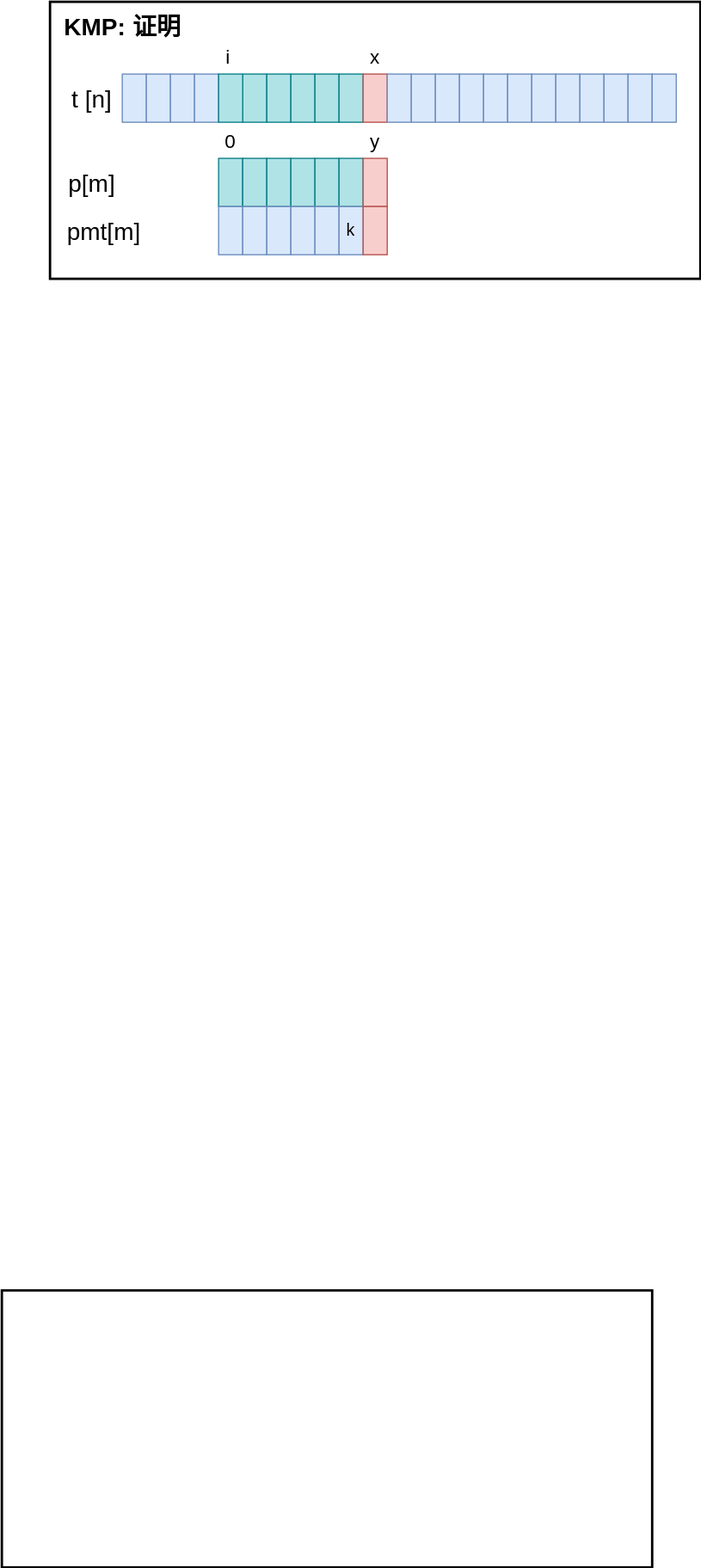
The draw.io diagram Algorithms/img/KMP_3.svg in TBD2021/Salt-and-Computer-Science, before a commit. Source tidied: cells renumbered, new cells last; positions are measured from the earlier drawing's top-left corner, leaving out a move shared by most shapes.
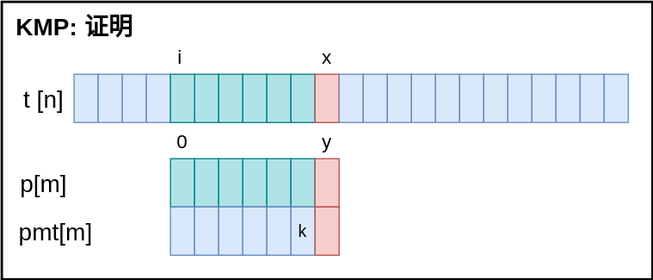
Above is the later version.

The edit, as a diff of the source:
```diff
@@ -5,9 +5,6 @@
     <mxCell id="2" style="rounded=0;whiteSpace=wrap;html=1;strokeWidth=2;" parent="1" vertex="1">
       <mxGeometry x="40" width="540" height="230" as="geometry" />
     </mxCell>
-    <mxCell id="3" style="rounded=0;whiteSpace=wrap;html=1;strokeWidth=2;" parent="1" vertex="1">
-      <mxGeometry y="1070" width="540" height="230" as="geometry" />
-    </mxCell>
     <object id="4" label="" name="Variable" placeholders="1">
       <mxCell style="text;html=1;strokeColor=#6c8ebf;fillColor=#dae8fc;align=center;verticalAlign=middle;whiteSpace=wrap;overflow=hidden;fontSize=12;" parent="1" vertex="1">
         <mxGeometry x="100" y="60" width="20" height="40" as="geometry" />
```
